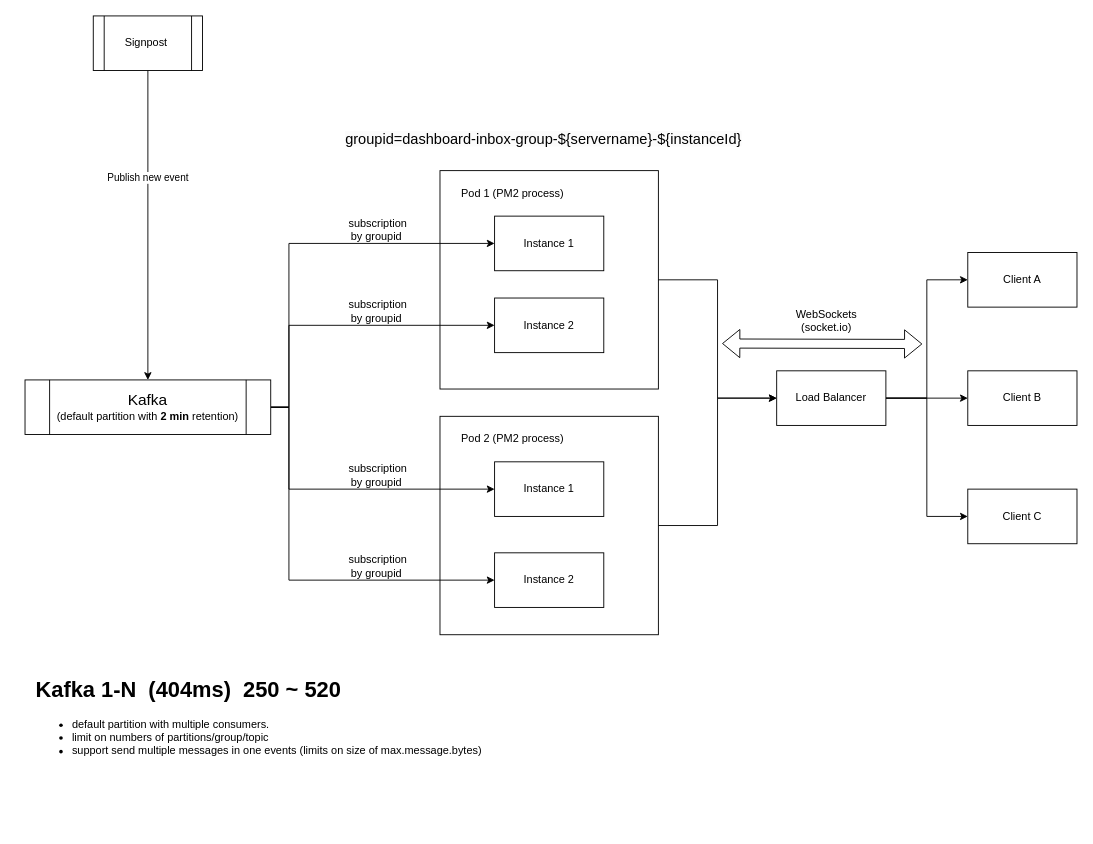
half-6/workflow keeps this draw.io diagram as page "Kafka 1-n" (2 of 5) of hppd-Inbox.drawio. Above is the earlier version. Source tidied: cells renumbered, new cells numbered last; positions are measured from the earlier drawing's top-left corner, leaving out a move shared by most shapes. Both pictures are drawn from the tidied source at 91%, with x=0, y=0 at pixel (25, 15).
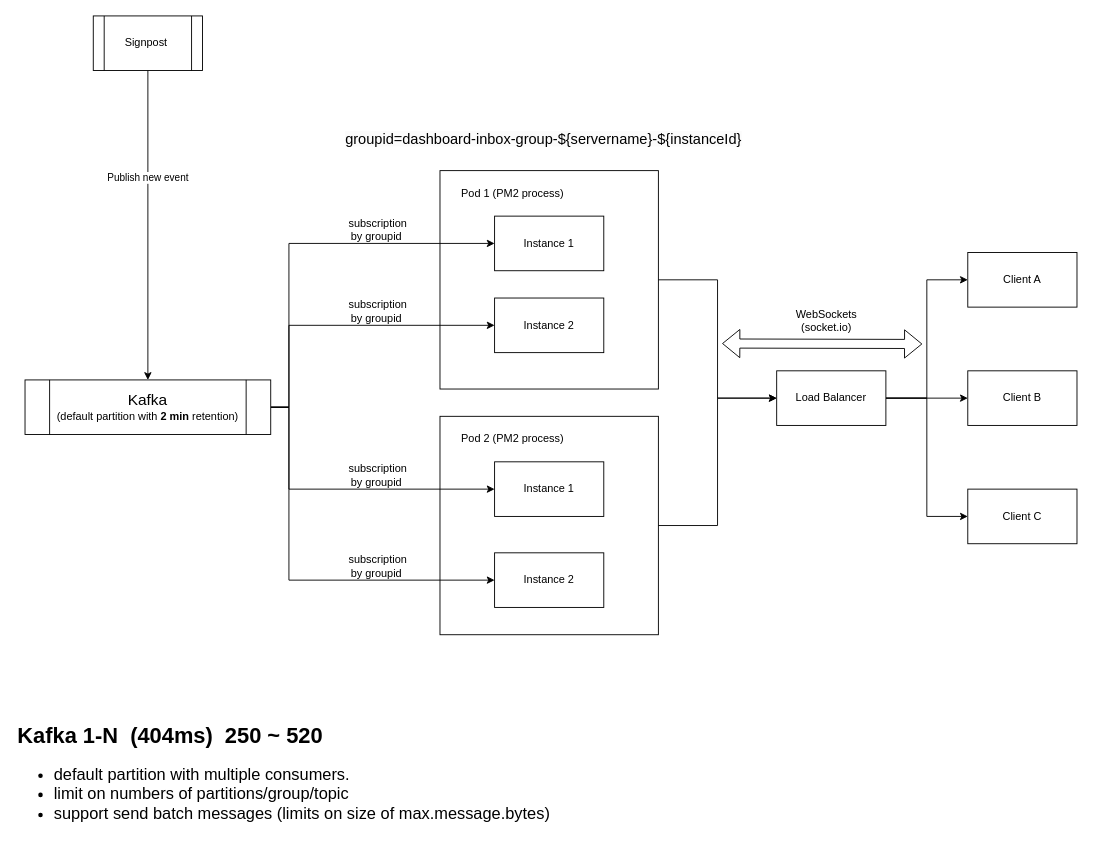
The same diagram, later.

The edit, as a diff of the source:
```diff
@@
-    <mxCell id="36" value="&lt;h1 style=&quot;margin-top: 0px;&quot;&gt;Kafka 1-N&amp;nbsp; (404ms)&amp;nbsp; 250 ~ 520&lt;/h1&gt;&lt;p&gt;&lt;/p&gt;&lt;ul&gt;&lt;li&gt;default partition with multiple consumers.&amp;nbsp;&lt;/li&gt;&lt;li&gt;limit on numbers of partitions/group/topic&lt;/li&gt;&lt;li&gt;support send multiple messages in one events (limits on size of max.message.bytes)&lt;/li&gt;&lt;/ul&gt;&lt;p&gt;&lt;/p&gt;" style="text;html=1;whiteSpace=wrap;overflow=hidden;rounded=0;" parent="1" vertex="1">
-      <mxGeometry x="10" y="720" width="650" height="120" as="geometry" />
+    <mxCell id="36" value="&lt;h1 style=&quot;margin-top: 0px;&quot;&gt;Kafka 1-N&amp;nbsp; (404ms)&amp;nbsp; 250 ~ 520&lt;/h1&gt;&lt;p&gt;&lt;/p&gt;&lt;ul style=&quot;font-size: 18px;&quot;&gt;&lt;li&gt;default partition with multiple consumers.&amp;nbsp;&lt;/li&gt;&lt;li&gt;limit on numbers of partitions/group/topic&lt;/li&gt;&lt;li&gt;support send batch messages (limits on size of max.message.bytes)&lt;/li&gt;&lt;/ul&gt;&lt;p&gt;&lt;/p&gt;" style="text;html=1;whiteSpace=wrap;overflow=hidden;rounded=0;" parent="1" vertex="1">
+      <mxGeometry x="-10" y="770" width="650" height="120" as="geometry" />
     </mxCell>
```
